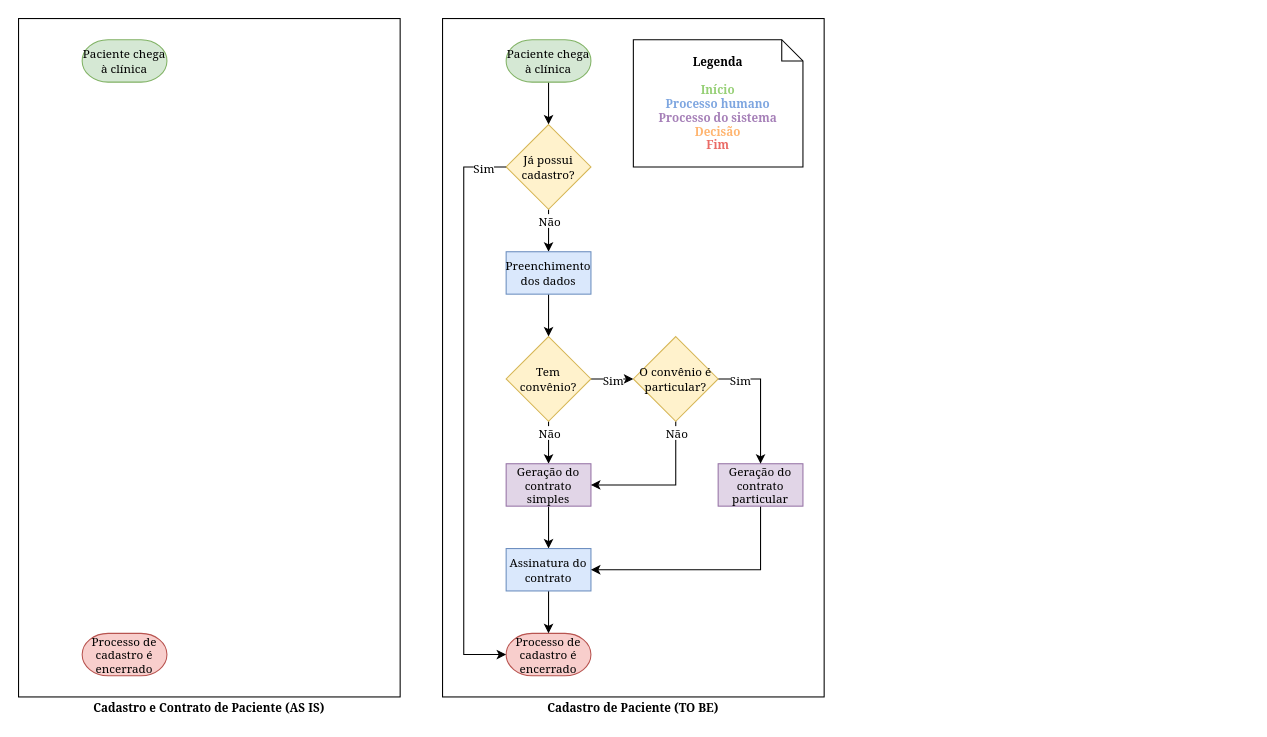
Above: page "fluxogramas" (3 of 3) of docs/diagramas.drawio in therapies-love-kids/nexus (draw.io), before the change. Source tidied: cells renumbered, new cells numbered last; positions are measured from the earlier drawing's top-left corner, leaving out a move shared by most shapes. Both pictures are drawn from the tidied source at 106%, with x=0, y=0 at pixel (18, 18).
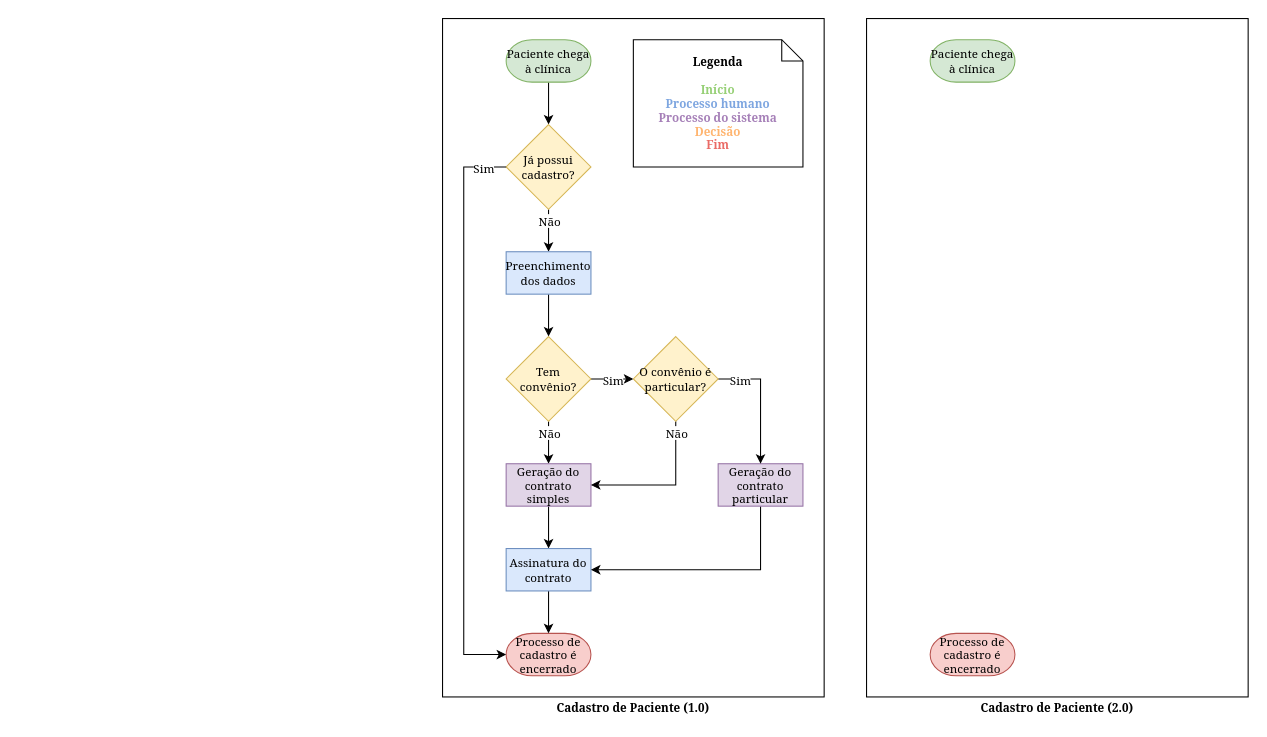
The same page after the edit.

Diff of the diagram source:
```diff
@@
-    <mxCell id="29" value="&lt;b&gt;Cadastro de Paciente (TO BE)&lt;br&gt;&lt;/b&gt;" style="text;html=1;align=center;verticalAlign=middle;whiteSpace=wrap;rounded=0;fontFamily=Georgia;labelBorderColor=none;fontSize=11;" parent="1" vertex="1">
+    <mxCell id="29" value="&lt;div&gt;&lt;b&gt;Cadastro de Paciente (1.0)&lt;/b&gt;&lt;/div&gt;" style="text;html=1;align=center;verticalAlign=middle;whiteSpace=wrap;rounded=0;fontFamily=Georgia;labelBorderColor=none;fontSize=11;" parent="1" vertex="1">
       <mxGeometry x="400" y="640" width="360" height="20" as="geometry" />
     </mxCell>
@@
-    <mxCell id="31" value="&lt;b&gt;Cadastro e Contrato de Paciente (AS IS)&lt;/b&gt;" style="text;html=1;align=center;verticalAlign=middle;whiteSpace=wrap;rounded=0;fontFamily=Georgia;labelBorderColor=none;fontSize=11;" parent="1" vertex="1">
-      <mxGeometry y="640" width="360" height="20" as="geometry" />
+    <mxCell id="31" value="&lt;b&gt;Cadastro de Paciente (2.0)&lt;/b&gt;" style="text;html=1;align=center;verticalAlign=middle;whiteSpace=wrap;rounded=0;fontFamily=Georgia;labelBorderColor=none;fontSize=11;" parent="1" vertex="1">
+      <mxGeometry x="800" y="640" width="360" height="20" as="geometry" />
     </mxCell>
     <mxCell id="32" style="rounded=0;whiteSpace=wrap;html=1;fillColor=none;fontFamily=Georgia;fontSize=11;" parent="1" vertex="1">
-      <mxGeometry width="360" height="640" as="geometry" />
+      <mxGeometry x="800" width="360" height="640" as="geometry" />
     </mxCell>
     <mxCell id="33" value="Paciente chega à clínica" style="strokeWidth=1;html=1;shape=mxgraph.flowchart.terminator;whiteSpace=wrap;fontSize=11;fontFamily=Georgia;labelBackgroundColor=none;fillColor=#d5e8d4;strokeColor=#82b366;" parent="1" vertex="1">
-      <mxGeometry x="60" y="20" width="80" height="40" as="geometry" />
+      <mxGeometry x="860" y="20" width="80" height="40" as="geometry" />
     </mxCell>
     <mxCell id="34" value="Processo de cadastro é encerrado" style="strokeWidth=1;html=1;shape=mxgraph.flowchart.terminator;whiteSpace=wrap;fontSize=11;fontFamily=Georgia;labelBackgroundColor=none;fillColor=#f8cecc;strokeColor=#b85450;" parent="1" vertex="1">
-      <mxGeometry x="60" y="580" width="80" height="40" as="geometry" />
+      <mxGeometry x="860" y="580" width="80" height="40" as="geometry" />
     </mxCell>
```
